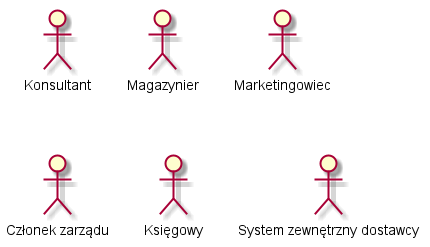
Before: src/Projekt systemu/Projekt systemu.png, a diagram exported from PlantUML (pixellos/Agh.5.Psi). Source of this version:
```plantuml
@startuml

:Konsultant:
:Magazynier:
:Marketingowiec:
:Członek zarządu:
:Księgowy:
:System zewnętrzny dostawcy:

@enduml
```
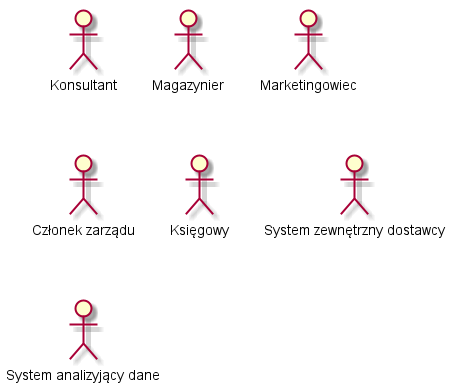
After the commit.

Change to the diagram source:
```diff
@@ -6,5 +6,6 @@
 :Członek zarządu:
 :Księgowy:
 :System zewnętrzny dostawcy:
+:System analizyjący dane:
 
 @enduml
```
